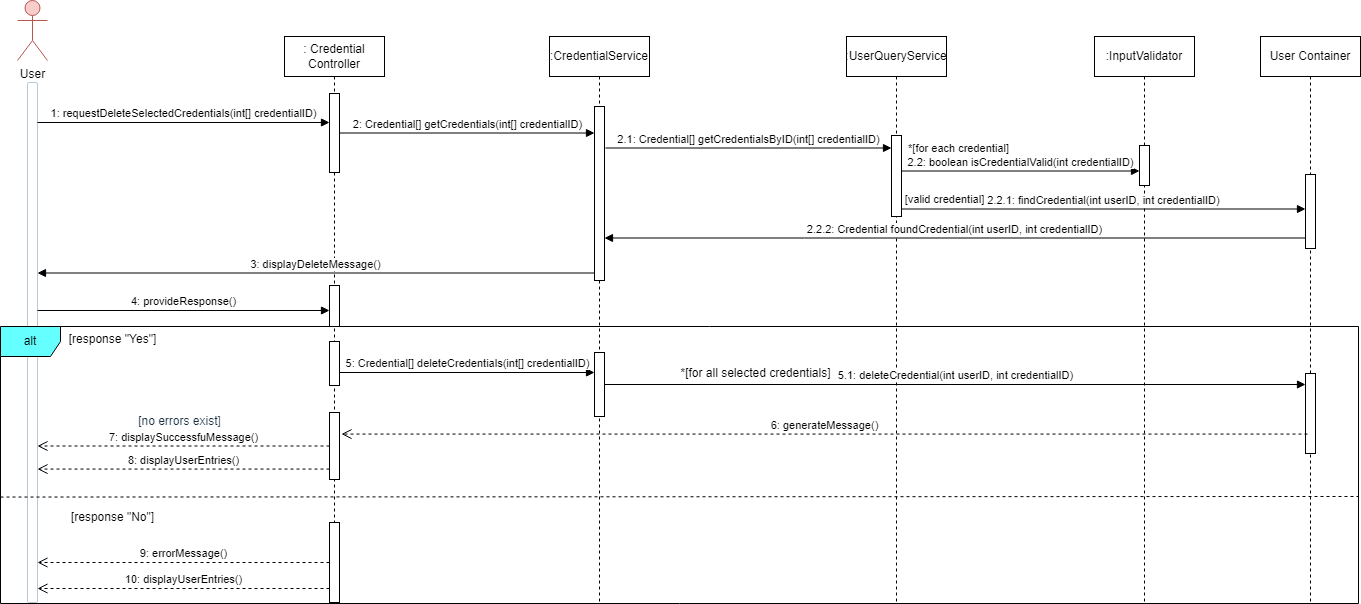
NemesisXVll/SDPGroupRepo keeps this draw.io diagram as Diagrams/Remove Credential.drawio.png. Above is the earlier version. Source tidied: cells renumbered, new cells last; positions are measured from the earlier drawing's top-left corner, leaving out a move shared by most shapes.
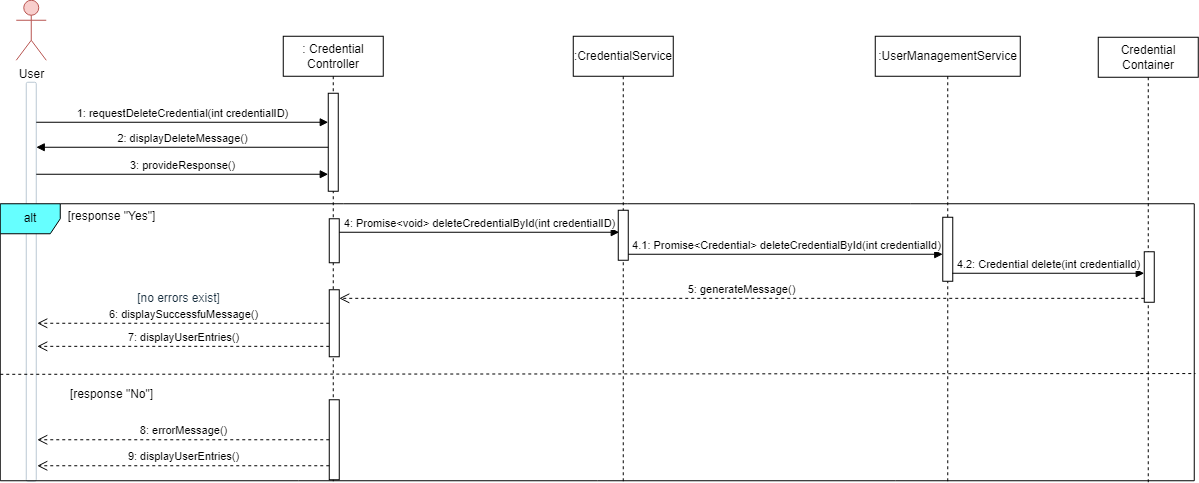
After the change.

Change to the diagram source:
```diff
@@ -1,160 +1,123 @@
-<mxGraphModel>
+<mxGraphModel background="#ffffff">
   <root>
     <mxCell id="0" />
     <mxCell id="1" parent="0" />
     <mxCell id="2" value="User" style="shape=umlActor;verticalLabelPosition=bottom;verticalAlign=top;html=1;rounded=1;labelBackgroundColor=none;fillColor=#f8cecc;strokeColor=#b85450;" parent="1" vertex="1">
-      <mxGeometry x="17" width="30" height="60" as="geometry" />
+      <mxGeometry x="16" y="122.5" width="30" height="60" as="geometry" />
     </mxCell>
-    <mxCell id="3" style="html=1;points=[];perimeter=orthogonalPerimeter;outlineConnect=0;targetShapes=umlLifeline;portConstraint=eastwest;newEdgeStyle={&quot;edgeStyle&quot;:&quot;elbowEdgeStyle&quot;,&quot;elbow&quot;:&quot;vertical&quot;,&quot;curved&quot;:0,&quot;rounded&quot;:0};rounded=1;labelBackgroundColor=none;fillColor=#FFFFFF;strokeColor=#BAC8D3;fontColor=#182E3E;" parent="1" vertex="1">
-      <mxGeometry x="27" y="82" width="10" height="520" as="geometry" />
-    </mxCell>
+    <mxCell id="43" style="html=1;perimeter=orthogonalPerimeter;targetShapes=umlLifeline;newEdgeStyle={&quot;edgeStyle&quot;:&quot;elbowEdgeStyle&quot;,&quot;elbow&quot;:&quot;vertical&quot;,&quot;curved&quot;:0,&quot;rounded&quot;:0};rounded=1;labelBackgroundColor=none;fillColor=#FFFFFF;strokeColor=#BAC8D3;fontColor=#182E3E;" parent="1" vertex="1">
+      <mxGeometry x="26" y="204.5" width="10" height="399" as="geometry" />
+    </mxCell>
     <mxCell id="4" value=": Credential Controller" style="shape=umlLifeline;perimeter=lifelinePerimeter;whiteSpace=wrap;html=1;newEdgeStyle={&quot;curved&quot;:0,&quot;rounded&quot;:0};" parent="1" vertex="1">
-      <mxGeometry x="284" y="36" width="100" height="567" as="geometry" />
+      <mxGeometry x="283" y="158.5" width="100" height="445" as="geometry" />
     </mxCell>
-    <mxCell id="5" style="html=1;points=[[0,0,0,0,5],[0,1,0,0,-5],[1,0,0,0,5],[1,1,0,0,-5]];perimeter=orthogonalPerimeter;outlineConnect=0;targetShapes=umlLifeline;portConstraint=eastwest;newEdgeStyle={&quot;curved&quot;:0,&quot;rounded&quot;:0};" parent="4" vertex="1">
-      <mxGeometry x="45" y="57" width="10" height="79" as="geometry" />
-    </mxCell>
-    <mxCell id="6" style="html=1;points=[[0,0,0,0,5],[0,1,0,0,-5],[1,0,0,0,5],[1,1,0,0,-5]];perimeter=orthogonalPerimeter;outlineConnect=0;targetShapes=umlLifeline;portConstraint=eastwest;newEdgeStyle={&quot;curved&quot;:0,&quot;rounded&quot;:0};" parent="4" vertex="1">
-      <mxGeometry x="45" y="249" width="10" height="41" as="geometry" />
-    </mxCell>
-    <mxCell id="7" style="html=1;perimeter=orthogonalPerimeter;targetShapes=umlLifeline;newEdgeStyle={&quot;curved&quot;:0,&quot;rounded&quot;:0};" parent="4" vertex="1">
-      <mxGeometry x="45" y="305" width="10" height="44" as="geometry" />
-    </mxCell>
-    <mxCell id="8" value=":InputValidator" style="shape=umlLifeline;perimeter=lifelinePerimeter;whiteSpace=wrap;html=1;newEdgeStyle={&quot;curved&quot;:0,&quot;rounded&quot;:0};" parent="1" vertex="1">
-      <mxGeometry x="1094" y="36" width="100" height="567" as="geometry" />
-    </mxCell>
-    <mxCell id="9" style="html=1;points=[[0,0,0,0,5],[0,1,0,0,-5],[1,0,0,0,5],[1,1,0,0,-5]];perimeter=orthogonalPerimeter;outlineConnect=0;targetShapes=umlLifeline;portConstraint=eastwest;newEdgeStyle={&quot;curved&quot;:0,&quot;rounded&quot;:0};" parent="8" vertex="1">
-      <mxGeometry x="45" y="109" width="10" height="40" as="geometry" />
-    </mxCell>
+    <mxCell id="44" style="html=1;points=[[0,0,0,0,5],[0,1,0,0,-5],[1,0,0,0,5],[1,1,0,0,-5]];perimeter=orthogonalPerimeter;outlineConnect=0;targetShapes=umlLifeline;portConstraint=eastwest;newEdgeStyle={&quot;curved&quot;:0,&quot;rounded&quot;:0};" parent="4" vertex="1">
+      <mxGeometry x="45" y="57" width="10" height="98" as="geometry" />
+    </mxCell>
+    <mxCell id="45" style="html=1;perimeter=orthogonalPerimeter;targetShapes=umlLifeline;newEdgeStyle={&quot;curved&quot;:0,&quot;rounded&quot;:0};" parent="4" vertex="1">
+      <mxGeometry x="46" y="182.5" width="10" height="44" as="geometry" />
+    </mxCell>
     <mxCell id="10" value=":CredentialService" style="shape=umlLifeline;perimeter=lifelinePerimeter;whiteSpace=wrap;html=1;newEdgeStyle={&quot;curved&quot;:0,&quot;rounded&quot;:0};" parent="1" vertex="1">
-      <mxGeometry x="549" y="36" width="100" height="567" as="geometry" />
+      <mxGeometry x="573" y="158.5" width="100" height="446" as="geometry" />
     </mxCell>
-    <mxCell id="11" style="html=1;points=[[0,0,0,0,5],[0,1,0,0,-5],[1,0,0,0,5],[1,1,0,0,-5]];perimeter=orthogonalPerimeter;outlineConnect=0;targetShapes=umlLifeline;portConstraint=eastwest;newEdgeStyle={&quot;curved&quot;:0,&quot;rounded&quot;:0};" parent="10" vertex="1">
-      <mxGeometry x="45" y="70" width="10" height="174" as="geometry" />
-    </mxCell>
-    <mxCell id="12" value="1: requestDeleteSelectedCredentials(int[] credentialID)" style="html=1;verticalAlign=bottom;endArrow=block;curved=0;rounded=0;" parent="1" edge="1" target="5">
-      <mxGeometry relative="1" as="geometry">
-        <mxPoint x="37" y="122" as="sourcePoint" />
-      </mxGeometry>
-    </mxCell>
-    <mxCell id="13" value="User Container" style="shape=umlLifeline;perimeter=lifelinePerimeter;whiteSpace=wrap;html=1;newEdgeStyle={&quot;curved&quot;:0,&quot;rounded&quot;:0};" parent="1" vertex="1">
-      <mxGeometry x="1260" y="36" width="100" height="567" as="geometry" />
-    </mxCell>
-    <mxCell id="14" style="html=1;points=[[0,0,0,0,5],[0,1,0,0,-5],[1,0,0,0,5],[1,1,0,0,-5]];perimeter=orthogonalPerimeter;outlineConnect=0;targetShapes=umlLifeline;portConstraint=eastwest;newEdgeStyle={&quot;curved&quot;:0,&quot;rounded&quot;:0};" parent="13" vertex="1">
-      <mxGeometry x="45" y="138" width="10" height="74" as="geometry" />
-    </mxCell>
-    <mxCell id="15" style="html=1;points=[[0,0,0,0,5],[0,1,0,0,-5],[1,0,0,0,5],[1,1,0,0,-5]];perimeter=orthogonalPerimeter;outlineConnect=0;targetShapes=umlLifeline;portConstraint=eastwest;newEdgeStyle={&quot;curved&quot;:0,&quot;rounded&quot;:0};" parent="13" vertex="1">
-      <mxGeometry x="45" y="337" width="10" height="80" as="geometry" />
-    </mxCell>
-    <mxCell id="16" value="2: Credential[] getCredentials(int[] credentialID)" style="html=1;verticalAlign=bottom;endArrow=block;curved=0;rounded=0;" parent="1" edge="1" source="5" target="11">
-      <mxGeometry relative="1" as="geometry" />
-    </mxCell>
-    <mxCell id="17" value=":UserQueryService" style="shape=umlLifeline;perimeter=lifelinePerimeter;whiteSpace=wrap;html=1;newEdgeStyle={&quot;curved&quot;:0,&quot;rounded&quot;:0};" parent="1" vertex="1">
-      <mxGeometry x="846" y="36" width="100" height="567" as="geometry" />
-    </mxCell>
-    <mxCell id="18" style="html=1;points=[[0,0,0,0,5],[0,1,0,0,-5],[1,0,0,0,5],[1,1,0,0,-5]];perimeter=orthogonalPerimeter;outlineConnect=0;targetShapes=umlLifeline;portConstraint=eastwest;newEdgeStyle={&quot;curved&quot;:0,&quot;rounded&quot;:0};" parent="17" vertex="1">
-      <mxGeometry x="45" y="99" width="10" height="81" as="geometry" />
-    </mxCell>
-    <mxCell id="19" value="2.1: Credential[] getCredentialsByID(int[] credentialID)" style="html=1;verticalAlign=bottom;endArrow=block;curved=0;rounded=0;" parent="1" edge="1" target="18">
-      <mxGeometry relative="1" as="geometry">
-        <mxPoint x="605" y="147.5" as="sourcePoint" />
-      </mxGeometry>
-    </mxCell>
-    <mxCell id="20" value="2.2: boolean isCredentialValid(int credentialID)" style="html=1;verticalAlign=bottom;endArrow=block;curved=0;rounded=0;" parent="1" edge="1" target="9">
-      <mxGeometry relative="1" as="geometry">
-        <mxPoint x="901" y="170.5" as="sourcePoint" />
-      </mxGeometry>
-    </mxCell>
-    <mxCell id="21" value="2.2.1: findCredential(int userID, int credentialID)" style="html=1;verticalAlign=bottom;endArrow=block;curved=0;rounded=0;" parent="1" edge="1" target="14">
-      <mxGeometry relative="1" as="geometry">
-        <mxPoint x="901" y="208.5" as="sourcePoint" />
-      </mxGeometry>
-    </mxCell>
-    <mxCell id="22" value="[valid credential]" style="text;html=1;align=center;verticalAlign=middle;strokeColor=none;fillColor=none;fontSize=11;" parent="1" vertex="1">
-      <mxGeometry x="895" y="186.5" width="97" height="25" as="geometry" />
-    </mxCell>
-    <mxCell id="23" value="2.2.2: Credential foundCredential(int userID, int credentialID)" style="html=1;verticalAlign=bottom;endArrow=block;curved=0;rounded=0;" parent="1" edge="1" source="14" target="11">
-      <mxGeometry relative="1" as="geometry">
-        <Array as="points">
-          <mxPoint x="804" y="237.5" />
-        </Array>
-      </mxGeometry>
-    </mxCell>
-    <mxCell id="24" value="3: displayDeleteMessage()" style="html=1;verticalAlign=bottom;endArrow=block;curved=0;rounded=0;" parent="1" edge="1" source="11">
-      <mxGeometry relative="1" as="geometry">
-        <mxPoint x="37" y="272.5" as="targetPoint" />
-      </mxGeometry>
-    </mxCell>
-    <mxCell id="25" value="4: provideResponse()" style="html=1;verticalAlign=bottom;endArrow=block;curved=0;rounded=0;" parent="1" edge="1" target="6">
-      <mxGeometry relative="1" as="geometry">
-        <mxPoint x="37" y="310" as="sourcePoint" />
-      </mxGeometry>
-    </mxCell>
-    <mxCell id="26" value="*[for each credential]" style="text;html=1;align=center;verticalAlign=middle;strokeColor=none;fillColor=none;fontSize=11;" parent="1" vertex="1">
-      <mxGeometry x="898" y="135.5" width="119" height="25" as="geometry" />
-    </mxCell>
+    <mxCell id="46" value="1: requestDeleteCredential(int credentialID)" style="html=1;verticalAlign=bottom;endArrow=block;curved=0;rounded=0;" parent="1" edge="1" target="44">
+      <mxGeometry relative="1" as="geometry">
+        <mxPoint x="36" y="244.5" as="sourcePoint" />
+      </mxGeometry>
+    </mxCell>
+    <mxCell id="47" value="Credential Container" style="shape=umlLifeline;perimeter=lifelinePerimeter;whiteSpace=wrap;html=1;newEdgeStyle={&quot;curved&quot;:0,&quot;rounded&quot;:0};" parent="1" vertex="1">
+      <mxGeometry x="1098" y="159.5" width="100" height="445" as="geometry" />
+    </mxCell>
+    <mxCell id="48" style="html=1;points=[[0,0,0,0,5],[0,1,0,0,-5],[1,0,0,0,5],[1,1,0,0,-5]];perimeter=orthogonalPerimeter;outlineConnect=0;targetShapes=umlLifeline;portConstraint=eastwest;newEdgeStyle={&quot;curved&quot;:0,&quot;rounded&quot;:0};" parent="47" vertex="1">
+      <mxGeometry x="46" y="214.5" width="10" height="50.5" as="geometry" />
+    </mxCell>
+    <mxCell id="49" value=":UserManagementService" style="shape=umlLifeline;perimeter=lifelinePerimeter;whiteSpace=wrap;html=1;newEdgeStyle={&quot;curved&quot;:0,&quot;rounded&quot;:0};" parent="1" vertex="1">
+      <mxGeometry x="875" y="158.5" width="145" height="446" as="geometry" />
+    </mxCell>
+    <mxCell id="50" style="html=1;points=[[0,0,0,0,5],[0,1,0,0,-5],[1,0,0,0,5],[1,1,0,0,-5]];perimeter=orthogonalPerimeter;outlineConnect=0;targetShapes=umlLifeline;portConstraint=eastwest;newEdgeStyle={&quot;curved&quot;:0,&quot;rounded&quot;:0};fontSize=16;" parent="49" vertex="1">
+      <mxGeometry x="67.5" y="181" width="10" height="64" as="geometry" />
+    </mxCell>
+    <mxCell id="51" value="2: displayDeleteMessage()" style="html=1;verticalAlign=bottom;endArrow=block;curved=0;rounded=0;" parent="1" edge="1">
+      <mxGeometry relative="1" as="geometry">
+        <mxPoint x="328" y="269.5" as="sourcePoint" />
+        <mxPoint x="36" y="269.5" as="targetPoint" />
+      </mxGeometry>
+    </mxCell>
+    <mxCell id="52" value="3: provideResponse()" style="html=1;verticalAlign=bottom;endArrow=block;curved=0;rounded=0;" parent="1" edge="1">
+      <mxGeometry relative="1" as="geometry">
+        <mxPoint x="36" y="296.5" as="sourcePoint" />
+        <mxPoint x="328" y="296.5" as="targetPoint" />
+      </mxGeometry>
+    </mxCell>
     <mxCell id="27" value="alt" style="shape=umlFrame;whiteSpace=wrap;html=1;fillColor=#66FFFF;" parent="1" vertex="1">
-      <mxGeometry y="326" width="1358" height="277" as="geometry" />
+      <mxGeometry y="326" width="1194" height="277" as="geometry" />
     </mxCell>
     <mxCell id="28" value="[response &quot;Yes&quot;]" style="text;html=1;align=center;verticalAlign=middle;strokeColor=none;fillColor=none;" parent="1" vertex="1">
       <mxGeometry x="59" y="326" width="105" height="26" as="geometry" />
     </mxCell>
-    <mxCell id="29" value="5: Credential[] deleteCredentials(int[] credentialID)" style="html=1;verticalAlign=bottom;endArrow=block;curved=0;rounded=0;" parent="1" edge="1">
-      <mxGeometry relative="1" as="geometry">
-        <mxPoint x="339" y="372" as="sourcePoint" />
-        <mxPoint x="594" y="372" as="targetPoint" />
-      </mxGeometry>
-    </mxCell>
-    <mxCell id="30" style="html=1;points=[[0,0,0,0,5],[0,1,0,0,-5],[1,0,0,0,5],[1,1,0,0,-5]];perimeter=orthogonalPerimeter;outlineConnect=0;targetShapes=umlLifeline;portConstraint=eastwest;newEdgeStyle={&quot;curved&quot;:0,&quot;rounded&quot;:0};" parent="1" vertex="1">
-      <mxGeometry x="594" y="352" width="10" height="64" as="geometry" />
-    </mxCell>
-    <mxCell id="31" value="5.1: deleteCredential(int userID, int credentialID)" style="html=1;verticalAlign=bottom;endArrow=block;curved=0;rounded=0;" parent="1" edge="1" source="30" target="15">
-      <mxGeometry relative="1" as="geometry" />
-    </mxCell>
-    <mxCell id="32" value="*[for all selected credentials]" style="text;html=1;align=center;verticalAlign=middle;strokeColor=none;fillColor=none;" parent="1" vertex="1">
-      <mxGeometry x="671" y="360" width="168" height="26" as="geometry" />
-    </mxCell>
-    <mxCell id="33" value="6: generateMessage()" style="html=1;verticalAlign=bottom;endArrow=open;dashed=1;endSize=8;curved=0;rounded=0;" parent="1" edge="1">
-      <mxGeometry relative="1" as="geometry">
-        <mxPoint x="1307" y="433.6" as="sourcePoint" />
-        <mxPoint x="341" y="433.6" as="targetPoint" />
-      </mxGeometry>
-    </mxCell>
-    <mxCell id="34" value="7: displaySuccessfuMessage()" style="html=1;verticalAlign=bottom;endArrow=open;dashed=1;endSize=8;curved=0;rounded=0;" parent="1" edge="1" source="37" target="3">
-      <mxGeometry relative="1" as="geometry" />
-    </mxCell>
-    <mxCell id="35" value="8: displayUserEntries()" style="html=1;verticalAlign=bottom;endArrow=open;dashed=1;endSize=8;curved=0;rounded=0;" parent="1" edge="1">
-      <mxGeometry relative="1" as="geometry">
-        <mxPoint x="329" y="468.6" as="sourcePoint" />
-        <mxPoint x="37" y="468.6" as="targetPoint" />
-      </mxGeometry>
-    </mxCell>
+    <mxCell id="53" value="4: Promise&amp;lt;void&amp;gt; deleteCredentialById(int credentialID)" style="html=1;verticalAlign=bottom;endArrow=block;curved=0;rounded=0;" parent="1" edge="1">
+      <mxGeometry relative="1" as="geometry">
+        <mxPoint x="339" y="354.5" as="sourcePoint" />
+        <mxPoint x="619" y="354.5" as="targetPoint" />
+      </mxGeometry>
+    </mxCell>
+    <mxCell id="54" style="html=1;perimeter=orthogonalPerimeter;targetShapes=umlLifeline;newEdgeStyle={&quot;curved&quot;:0,&quot;rounded&quot;:0};" parent="1" vertex="1">
+      <mxGeometry x="618" y="332.5" width="10" height="50" as="geometry" />
+    </mxCell>
+    <mxCell id="55" value="4.1: Promise&amp;lt;Credential&amp;gt; deleteCredentialById(int credentialId)" style="html=1;verticalAlign=bottom;endArrow=block;curved=0;rounded=0;" parent="1" edge="1" target="50">
+      <mxGeometry relative="1" as="geometry">
+        <mxPoint x="628" y="376.5" as="sourcePoint" />
+      </mxGeometry>
+    </mxCell>
+    <mxCell id="56" value="5: generateMessage()" style="html=1;verticalAlign=bottom;endArrow=open;dashed=1;endSize=8;curved=0;rounded=0;" parent="1" edge="1">
+      <mxGeometry relative="1" as="geometry">
+        <mxPoint x="1144" y="420.5" as="sourcePoint" />
+        <mxPoint x="339" y="420.5" as="targetPoint" />
+      </mxGeometry>
+    </mxCell>
+    <mxCell id="57" value="6: displaySuccessfuMessage()" style="html=1;verticalAlign=bottom;endArrow=open;dashed=1;endSize=8;curved=0;rounded=0;" parent="1" edge="1" source="59">
+      <mxGeometry relative="1" as="geometry">
+        <mxPoint x="37" y="445.5" as="targetPoint" />
+      </mxGeometry>
+    </mxCell>
+    <mxCell id="58" value="7: displayUserEntries()" style="html=1;verticalAlign=bottom;endArrow=open;dashed=1;endSize=8;curved=0;rounded=0;" parent="1" edge="1">
+      <mxGeometry relative="1" as="geometry">
+        <mxPoint x="329" y="468.5" as="sourcePoint" />
+        <mxPoint x="37" y="468.5" as="targetPoint" />
+      </mxGeometry>
+    </mxCell>
     <mxCell id="36" value="[no errors exist]" style="text;html=1;align=center;verticalAlign=middle;strokeColor=none;fillColor=none;rounded=1;labelBackgroundColor=none;fontColor=#182E3E;" parent="1" vertex="1">
       <mxGeometry x="128" y="408" width="101" height="26" as="geometry" />
     </mxCell>
-    <mxCell id="37" style="html=1;points=[[0,0,0,0,5],[0,1,0,0,-5],[1,0,0,0,5],[1,1,0,0,-5]];perimeter=orthogonalPerimeter;outlineConnect=0;targetShapes=umlLifeline;portConstraint=eastwest;newEdgeStyle={&quot;curved&quot;:0,&quot;rounded&quot;:0};" parent="1" vertex="1">
-      <mxGeometry x="329" y="412" width="10" height="67" as="geometry" />
-    </mxCell>
-    <mxCell id="38" style="endArrow=none;dashed=1;html=1;rounded=0;exitX=-0.001;exitY=0.33;exitDx=0;exitDy=0;exitPerimeter=0;" parent="1" edge="1">
-      <mxGeometry relative="1" as="geometry">
-        <mxPoint y="496.5" as="sourcePoint" />
-        <mxPoint x="1358" y="496" as="targetPoint" />
-      </mxGeometry>
-    </mxCell>
+    <mxCell id="59" style="html=1;points=[[0,0,0,0,5],[0,1,0,0,-5],[1,0,0,0,5],[1,1,0,0,-5]];perimeter=orthogonalPerimeter;outlineConnect=0;targetShapes=umlLifeline;portConstraint=eastwest;newEdgeStyle={&quot;curved&quot;:0,&quot;rounded&quot;:0};" parent="1" vertex="1">
+      <mxGeometry x="329" y="412" width="10" height="67" as="geometry" />
+    </mxCell>
+    <mxCell id="60" style="endArrow=none;dashed=1;html=1;rounded=0;exitX=-0.001;exitY=0.33;exitDx=0;exitDy=0;exitPerimeter=0;entryX=1.001;entryY=0.613;entryDx=0;entryDy=0;entryPerimeter=0;" parent="1" edge="1" target="27">
+      <mxGeometry relative="1" as="geometry">
+        <mxPoint y="496.5" as="sourcePoint" />
+      </mxGeometry>
+    </mxCell>
     <mxCell id="39" value="[response &quot;No&quot;]" style="text;html=1;align=center;verticalAlign=middle;strokeColor=none;fillColor=none;" parent="1" vertex="1">
       <mxGeometry x="61" y="504" width="101" height="26" as="geometry" />
     </mxCell>
-    <mxCell id="40" style="html=1;points=[[0,0,0,0,5],[0,1,0,0,-5],[1,0,0,0,5],[1,1,0,0,-5]];perimeter=orthogonalPerimeter;outlineConnect=0;targetShapes=umlLifeline;portConstraint=eastwest;newEdgeStyle={&quot;curved&quot;:0,&quot;rounded&quot;:0};" parent="1" vertex="1">
-      <mxGeometry x="329" y="522" width="10" height="80" as="geometry" />
-    </mxCell>
-    <mxCell id="41" value="9: errorMessage()" style="html=1;verticalAlign=bottom;endArrow=open;dashed=1;endSize=8;curved=0;rounded=0;" parent="1" edge="1" source="40" target="3">
-      <mxGeometry relative="1" as="geometry" />
-    </mxCell>
-    <mxCell id="42" value="10: displayUserEntries()" style="html=1;verticalAlign=bottom;endArrow=open;dashed=1;endSize=8;curved=0;rounded=0;" parent="1" edge="1">
-      <mxGeometry relative="1" as="geometry">
-        <mxPoint x="329" y="588" as="sourcePoint" />
-        <mxPoint x="37" y="588" as="targetPoint" />
-      </mxGeometry>
-    </mxCell>
+    <mxCell id="61" style="html=1;points=[[0,0,0,0,5],[0,1,0,0,-5],[1,0,0,0,5],[1,1,0,0,-5]];perimeter=orthogonalPerimeter;outlineConnect=0;targetShapes=umlLifeline;portConstraint=eastwest;newEdgeStyle={&quot;curved&quot;:0,&quot;rounded&quot;:0};" parent="1" vertex="1">
+      <mxGeometry x="329" y="522" width="10" height="80" as="geometry" />
+    </mxCell>
+    <mxCell id="62" value="8: errorMessage()" style="html=1;verticalAlign=bottom;endArrow=open;dashed=1;endSize=8;curved=0;rounded=0;" parent="1" edge="1" source="61">
+      <mxGeometry relative="1" as="geometry">
+        <mxPoint x="37" y="562" as="targetPoint" />
+      </mxGeometry>
+    </mxCell>
+    <mxCell id="63" value="9: displayUserEntries()" style="html=1;verticalAlign=bottom;endArrow=open;dashed=1;endSize=8;curved=0;rounded=0;" parent="1" edge="1">
+      <mxGeometry relative="1" as="geometry">
+        <mxPoint x="329" y="588" as="sourcePoint" />
+        <mxPoint x="37" y="588" as="targetPoint" />
+      </mxGeometry>
+    </mxCell>
+    <mxCell id="64" value="4.2: Credential delete(int credentialId)" style="html=1;verticalAlign=bottom;endArrow=block;curved=0;rounded=0;" parent="1" edge="1" target="48">
+      <mxGeometry relative="1" as="geometry">
+        <mxPoint x="952" y="395.5" as="sourcePoint" />
+      </mxGeometry>
+    </mxCell>
   </root>
 </mxGraphModel>
```
